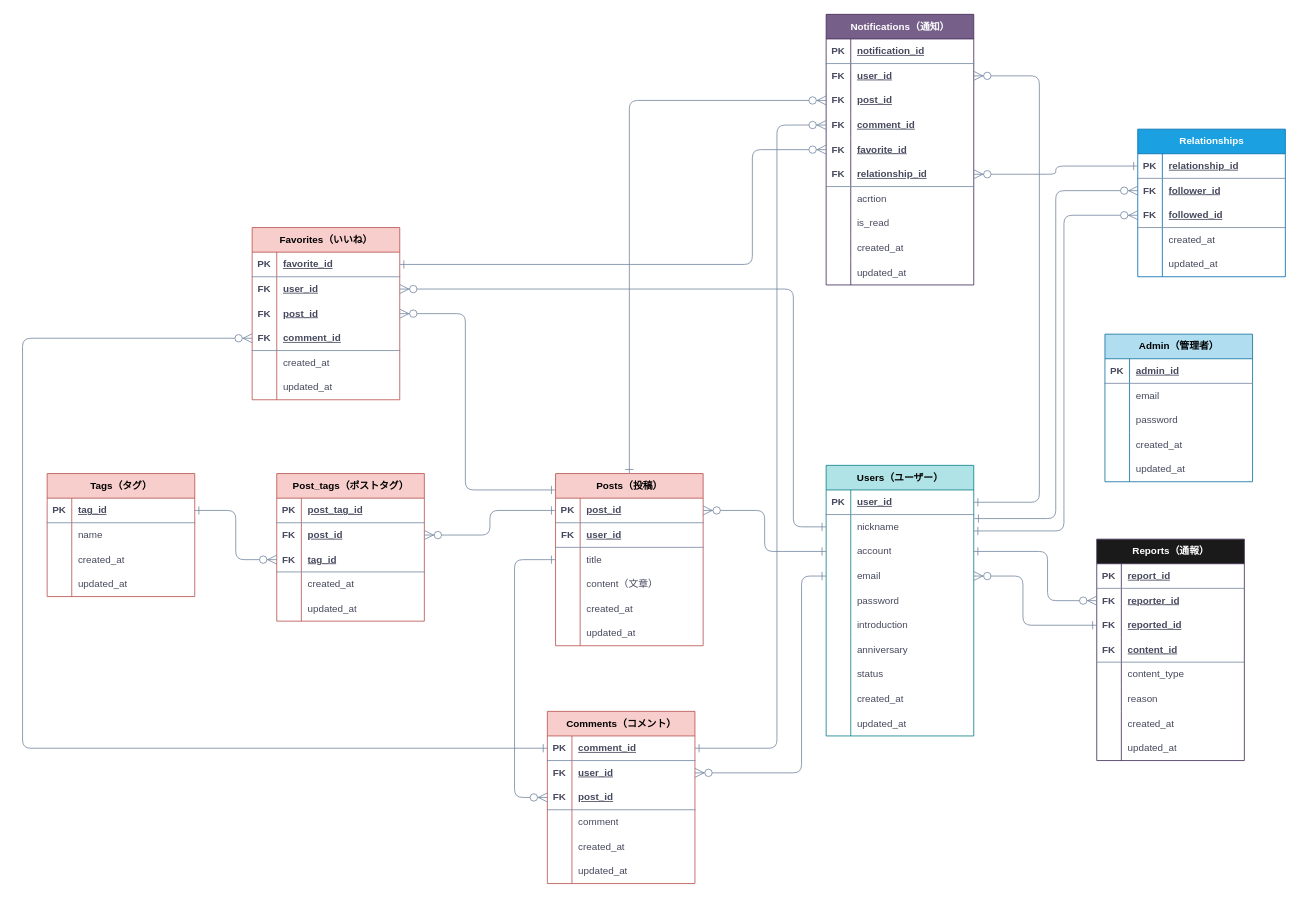
Earlier version of the draw.io diagram 2seeds.drawio (Ganmo3/drawio). Source tidied: cells renumbered, new cells numbered last; positions are measured from the earlier drawing's top-left corner, leaving out a move shared by most shapes. Both pictures are drawn from the tidied source at 82%, with x=0, y=0 at pixel (22, 14).
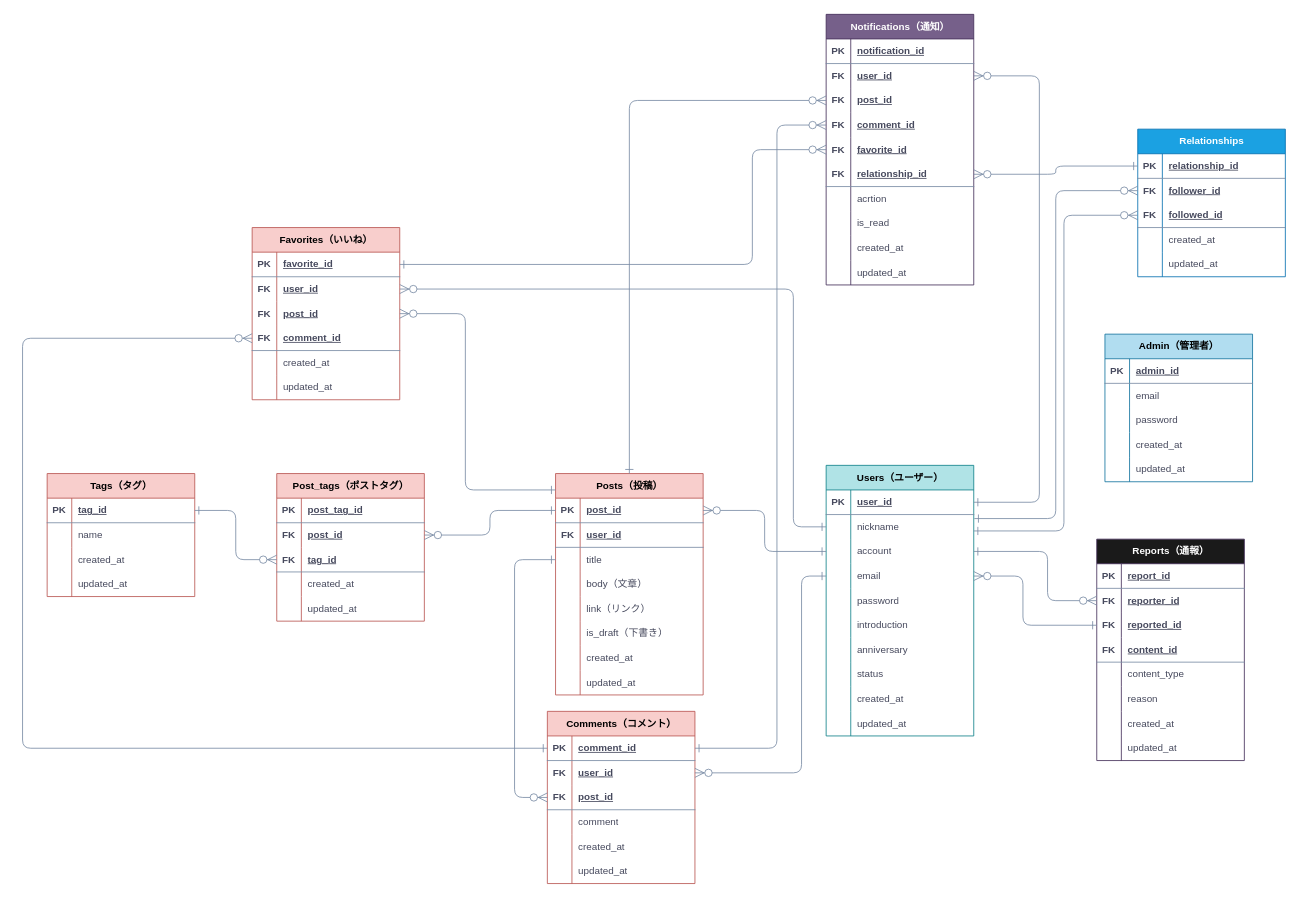
Above is the later version.

Commit message:
2seeds.drawio を更新します

Unchanged cells that the change refers to:
```xml
<mxCell id="63" style="shape=tableRow;horizontal=0;startSize=0;swimlaneHead=0;swimlaneBody=0;fillColor=none;top=0;left=0;right=0;bottom=0;strokeColor=#788AA3;fontFamily=Helvetica;fontSize=12;fontColor=#46495D;html=1;labelBackgroundColor=none;" parent="53" vertex="1">
  <mxGeometry y="120" width="180" height="30" as="geometry" />
</mxCell>
```

The edit, as a diff of the source:
```diff
@@
     <mxCell id="53" value="&lt;font color=&quot;#000000&quot;&gt;Posts（投稿）&lt;/font&gt;" style="shape=table;startSize=30;childLayout=tableLayout;rowLines=0;fontStyle=1;align=center;html=1;strokeColor=#b85450;fontFamily=Helvetica;fontSize=12;fillColor=#f8cecc;labelBackgroundColor=none;" parent="1" vertex="1">
-      <mxGeometry x="650" y="560" width="180" height="210" as="geometry" />
+      <mxGeometry x="650" y="560" width="180" height="270" as="geometry" />
     </mxCell>
@@
-    <mxCell id="65" value="content（文章）" style="shape=partialRectangle;fillColor=none;top=0;left=0;bottom=0;right=0;align=left;spacingLeft=6;overflow=hidden;whiteSpace=wrap;html=1;strokeColor=#788AA3;fontFamily=Helvetica;fontSize=12;fontColor=#46495D;startSize=23;labelBackgroundColor=none;" parent="63" vertex="1">
+    <mxCell id="65" value="body（文章）" style="shape=partialRectangle;fillColor=none;top=0;left=0;bottom=0;right=0;align=left;spacingLeft=6;overflow=hidden;whiteSpace=wrap;html=1;strokeColor=#788AA3;fontFamily=Helvetica;fontSize=12;fontColor=#46495D;startSize=23;labelBackgroundColor=none;" parent="63" vertex="1">
       <mxGeometry x="30" width="150" height="30" as="geometry" />
     </mxCell>
+    <mxCell id="230" style="shape=tableRow;horizontal=0;startSize=0;swimlaneHead=0;swimlaneBody=0;fillColor=none;top=0;left=0;right=0;bottom=0;strokeColor=#788AA3;fontFamily=Helvetica;fontSize=12;fontColor=#46495D;html=1;labelBackgroundColor=none;" parent="53" vertex="1">
+      <mxGeometry y="150" width="180" height="30" as="geometry" />
+    </mxCell>
+    <mxCell id="231" style="shape=partialRectangle;fillColor=none;top=0;left=0;bottom=0;right=0;overflow=hidden;whiteSpace=wrap;html=1;strokeColor=#788AA3;fontFamily=Helvetica;fontSize=12;fontColor=#46495D;startSize=23;labelBackgroundColor=none;" parent="230" vertex="1">
+      <mxGeometry width="30" height="30" as="geometry" />
+    </mxCell>
+    <mxCell id="232" value="link（リンク）" style="shape=partialRectangle;fillColor=none;top=0;left=0;bottom=0;right=0;align=left;spacingLeft=6;overflow=hidden;whiteSpace=wrap;html=1;strokeColor=#788AA3;fontFamily=Helvetica;fontSize=12;fontColor=#46495D;startSize=23;labelBackgroundColor=none;" parent="230" vertex="1">
+      <mxGeometry x="30" width="150" height="30" as="geometry" />
+    </mxCell>
+    <mxCell id="233" style="shape=tableRow;horizontal=0;startSize=0;swimlaneHead=0;swimlaneBody=0;fillColor=none;top=0;left=0;right=0;bottom=0;strokeColor=#788AA3;fontFamily=Helvetica;fontSize=12;fontColor=#46495D;html=1;labelBackgroundColor=none;" parent="53" vertex="1">
+      <mxGeometry y="180" width="180" height="30" as="geometry" />
+    </mxCell>
+    <mxCell id="234" style="shape=partialRectangle;fillColor=none;top=0;left=0;bottom=0;right=0;overflow=hidden;whiteSpace=wrap;html=1;strokeColor=#788AA3;fontFamily=Helvetica;fontSize=12;fontColor=#46495D;startSize=23;labelBackgroundColor=none;" parent="233" vertex="1">
+      <mxGeometry width="30" height="30" as="geometry" />
+    </mxCell>
+    <mxCell id="235" value="is_draft（下書き）" style="shape=partialRectangle;fillColor=none;top=0;left=0;bottom=0;right=0;align=left;spacingLeft=6;overflow=hidden;whiteSpace=wrap;html=1;strokeColor=#788AA3;fontFamily=Helvetica;fontSize=12;fontColor=#46495D;startSize=23;labelBackgroundColor=none;" parent="233" vertex="1">
+      <mxGeometry x="30" width="150" height="30" as="geometry" />
+    </mxCell>
     <mxCell id="66" style="shape=tableRow;horizontal=0;startSize=0;swimlaneHead=0;swimlaneBody=0;fillColor=none;top=0;left=0;right=0;bottom=0;strokeColor=#788AA3;fontFamily=Helvetica;fontSize=12;fontColor=#46495D;html=1;labelBackgroundColor=none;" parent="53" vertex="1">
-      <mxGeometry y="150" width="180" height="30" as="geometry" />
+      <mxGeometry y="210" width="180" height="30" as="geometry" />
     </mxCell>
@@
     <mxCell id="69" style="shape=tableRow;horizontal=0;startSize=0;swimlaneHead=0;swimlaneBody=0;fillColor=none;top=0;left=0;right=0;bottom=0;strokeColor=#788AA3;fontFamily=Helvetica;fontSize=12;fontColor=#46495D;html=1;labelBackgroundColor=none;" parent="53" vertex="1">
-      <mxGeometry y="180" width="180" height="30" as="geometry" />
+      <mxGeometry y="240" width="180" height="30" as="geometry" />
     </mxCell>
```
